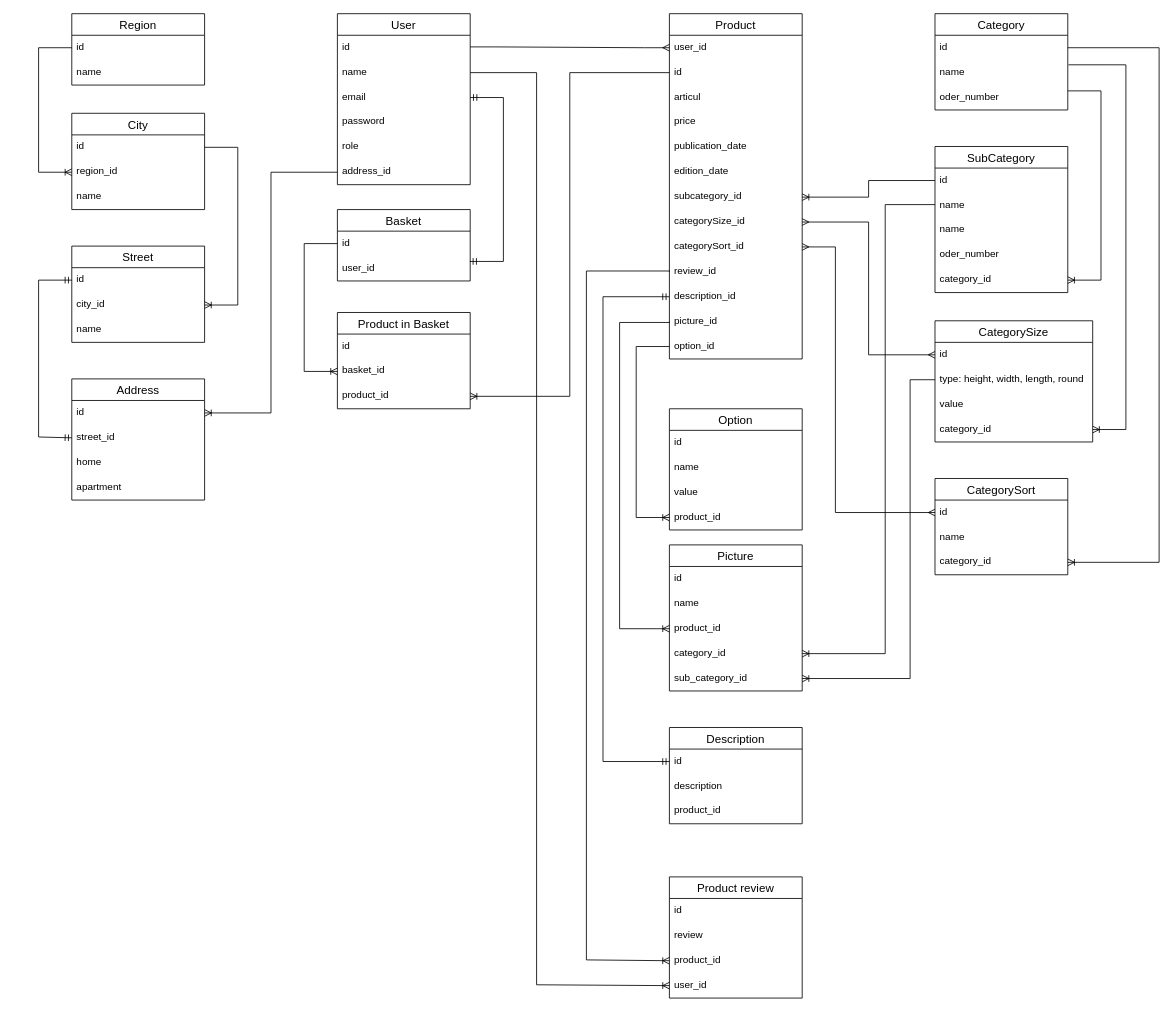
Earlier version of the draw.io diagram lesopilka.drawio (alexeyk500/lesopilka_backend). Source tidied: cells renumbered, new cells numbered last; positions are measured from the earlier drawing's top-left corner, leaving out a move shared by most shapes. Both pictures are drawn from the tidied source at 83%, with x=0, y=0 at pixel (38, 13).
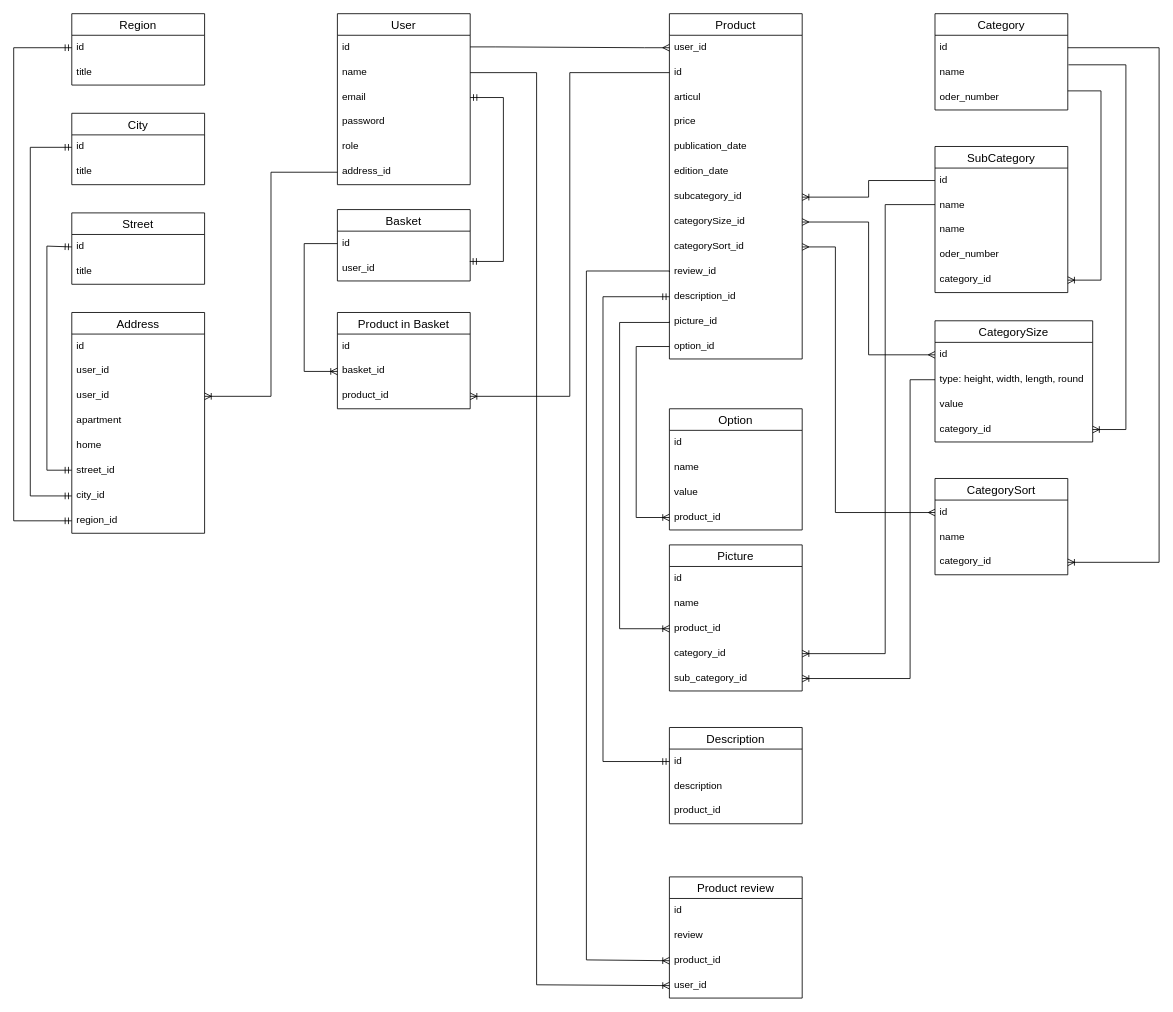
The same diagram, later.

Unchanged cells that the change refers to:
```xml
<mxCell id="3" value="id" style="text;strokeColor=none;fillColor=none;spacingLeft=4;spacingRight=4;overflow=hidden;points=[[0,0.5],[1,0.5]];portConstraint=eastwest;fontSize=12;" parent="2" vertex="1">
  <mxGeometry y="26" width="160" height="30" as="geometry" />
</mxCell>
<mxCell id="6" value="Region" style="swimlane;fontStyle=0;horizontal=1;startSize=26;align=center;fontSize=14;" parent="1" vertex="1">
  <mxGeometry x="40" width="160" height="86" as="geometry" />
</mxCell>
<mxCell id="7" value="id" style="text;strokeColor=none;fillColor=none;spacingLeft=4;spacingRight=4;overflow=hidden;points=[[0,0.5],[1,0.5]];portConstraint=eastwest;fontSize=12;" parent="6" vertex="1">
  <mxGeometry y="26" width="160" height="30" as="geometry" />
</mxCell>
<mxCell id="10" value="id" style="text;strokeColor=none;fillColor=none;spacingLeft=4;spacingRight=4;overflow=hidden;points=[[0,0.5],[1,0.5]];portConstraint=eastwest;fontSize=12;" parent="9" vertex="1">
  <mxGeometry y="26" width="160" height="30" as="geometry" />
</mxCell>
<mxCell id="15" value="id" style="text;strokeColor=none;fillColor=none;spacingLeft=4;spacingRight=4;overflow=hidden;points=[[0,0.5],[1,0.5]];portConstraint=eastwest;fontSize=12;" parent="14" vertex="1">
  <mxGeometry y="26" width="160" height="30" as="geometry" />
</mxCell>
<mxCell id="26" value="address_id" style="text;strokeColor=none;fillColor=none;spacingLeft=4;spacingRight=4;overflow=hidden;points=[[0,0.5],[1,0.5]];portConstraint=eastwest;fontSize=12;" parent="20" vertex="1">
  <mxGeometry y="176" width="160" height="30" as="geometry" />
</mxCell>
```

Diff of the diagram source:
```diff
@@
     <mxCell id="2" value="City" style="swimlane;fontStyle=0;horizontal=1;startSize=26;align=center;fontSize=14;" parent="1" vertex="1">
-      <mxGeometry x="40" y="120" width="160" height="116" as="geometry" />
+      <mxGeometry x="40" y="120" width="160" height="86" as="geometry" />
     </mxCell>
@@
-    <mxCell id="4" value="region_id" style="text;strokeColor=none;fillColor=none;spacingLeft=4;spacingRight=4;overflow=hidden;points=[[0,0.5],[1,0.5]];portConstraint=eastwest;fontSize=12;" parent="2" vertex="1">
-      <mxGeometry y="56" width="160" height="30" as="geometry" />
-    </mxCell>
-    <mxCell id="5" value="name" style="text;strokeColor=none;fillColor=none;spacingLeft=4;spacingRight=4;overflow=hidden;fontSize=12;" parent="2" vertex="1">
-      <mxGeometry y="86" width="160" height="30" as="geometry" />
+    <mxCell id="5" value="title" style="text;strokeColor=none;fillColor=none;spacingLeft=4;spacingRight=4;overflow=hidden;fontSize=12;" parent="2" vertex="1">
+      <mxGeometry y="56" width="160" height="30" as="geometry" />
     </mxCell>
@@
-    <mxCell id="8" value="name" style="text;strokeColor=none;fillColor=none;spacingLeft=4;spacingRight=4;overflow=hidden;fontSize=12;" parent="6" vertex="1">
+    <mxCell id="8" value="title" style="text;strokeColor=none;fillColor=none;spacingLeft=4;spacingRight=4;overflow=hidden;fontSize=12;" parent="6" vertex="1">
       <mxGeometry y="56" width="160" height="30" as="geometry" />
     </mxCell>
     <mxCell id="9" value="Street" style="swimlane;fontStyle=0;horizontal=1;startSize=26;align=center;fontSize=14;" parent="1" vertex="1">
-      <mxGeometry x="40" y="280" width="160" height="116" as="geometry" />
+      <mxGeometry x="40" y="240" width="160" height="86" as="geometry" />
     </mxCell>
@@
-    <mxCell id="11" value="city_id" style="text;strokeColor=none;fillColor=none;spacingLeft=4;spacingRight=4;overflow=hidden;points=[[0,0.5],[1,0.5]];portConstraint=eastwest;fontSize=12;" parent="9" vertex="1">
-      <mxGeometry y="56" width="160" height="30" as="geometry" />
-    </mxCell>
-    <mxCell id="12" value="name" style="text;strokeColor=none;fillColor=none;spacingLeft=4;spacingRight=4;overflow=hidden;fontSize=12;" parent="9" vertex="1">
-      <mxGeometry y="86" width="160" height="30" as="geometry" />
+    <mxCell id="12" value="title" style="text;strokeColor=none;fillColor=none;spacingLeft=4;spacingRight=4;overflow=hidden;fontSize=12;" parent="9" vertex="1">
+      <mxGeometry y="56" width="160" height="30" as="geometry" />
     </mxCell>
-    <mxCell id="13" style="fontSize=12;html=1;endArrow=ERoneToMany;rounded=0;edgeStyle=orthogonalEdgeStyle;" parent="1" edge="1" source="7" target="4">
-      <mxGeometry relative="1" as="geometry">
-        <Array as="points">
-          <mxPoint y="41" />
-          <mxPoint y="191" />
-        </Array>
-      </mxGeometry>
-    </mxCell>
     <mxCell id="14" value="Address" style="swimlane;fontStyle=0;horizontal=1;startSize=26;align=center;fontSize=14;" parent="1" vertex="1">
-      <mxGeometry x="40" y="440" width="160" height="146" as="geometry" />
+      <mxGeometry x="40" y="360" width="160" height="266" as="geometry" />
     </mxCell>
@@
+    <mxCell id="106" value="user_id" style="text;strokeColor=none;fillColor=none;spacingLeft=4;spacingRight=4;overflow=hidden;fontSize=12;" parent="14" vertex="1">
+      <mxGeometry y="56" width="160" height="30" as="geometry" />
+    </mxCell>
-    <mxCell id="16" value="street_id" style="text;strokeColor=none;fillColor=none;spacingLeft=4;spacingRight=4;overflow=hidden;points=[[0,0.5],[1,0.5]];portConstraint=eastwest;fontSize=12;" parent="14" vertex="1">
-      <mxGeometry y="56" width="160" height="30" as="geometry" />
+    <mxCell id="16" value="user_id" style="text;strokeColor=none;fillColor=none;spacingLeft=4;spacingRight=4;overflow=hidden;points=[[0,0.5],[1,0.5]];portConstraint=eastwest;fontSize=12;" parent="14" vertex="1">
+      <mxGeometry y="86" width="160" height="30" as="geometry" />
     </mxCell>
+    <mxCell id="18" value="apartment" style="text;strokeColor=none;fillColor=none;spacingLeft=4;spacingRight=4;overflow=hidden;fontSize=12;" parent="14" vertex="1">
+      <mxGeometry y="116" width="160" height="30" as="geometry" />
+    </mxCell>
     <mxCell id="17" value="home" style="text;strokeColor=none;fillColor=none;spacingLeft=4;spacingRight=4;overflow=hidden;fontSize=12;" parent="14" vertex="1">
-      <mxGeometry y="86" width="160" height="30" as="geometry" />
+      <mxGeometry y="146" width="160" height="30" as="geometry" />
     </mxCell>
-    <mxCell id="18" value="apartment" style="text;strokeColor=none;fillColor=none;spacingLeft=4;spacingRight=4;overflow=hidden;fontSize=12;" parent="14" vertex="1">
-      <mxGeometry y="116" width="160" height="30" as="geometry" />
-    </mxCell>
-    <mxCell id="19" style="edgeStyle=orthogonalEdgeStyle;fontSize=12;html=1;endArrow=ERmandOne;startArrow=ERmandOne;rounded=0;exitX=0;exitY=0.5;exitDx=0;exitDy=0;entryX=0;entryY=0.5;entryDx=0;entryDy=0;" parent="1" edge="1" source="10" target="16">
-      <mxGeometry relative="1" as="geometry">
-        <Array as="points">
-          <mxPoint y="321" />
-          <mxPoint y="510" />
-        </Array>
-      </mxGeometry>
-    </mxCell>
+    <mxCell id="107" value="street_id" style="text;strokeColor=none;fillColor=none;spacingLeft=4;spacingRight=4;overflow=hidden;fontSize=12;" parent="14" vertex="1">
+      <mxGeometry y="176" width="160" height="30" as="geometry" />
+    </mxCell>
+    <mxCell id="11" value="city_id" style="text;strokeColor=none;fillColor=none;spacingLeft=4;spacingRight=4;overflow=hidden;points=[[0,0.5],[1,0.5]];portConstraint=eastwest;fontSize=12;" parent="14" vertex="1">
+      <mxGeometry y="206" width="160" height="30" as="geometry" />
+    </mxCell>
+    <mxCell id="4" value="region_id" style="text;strokeColor=none;fillColor=none;spacingLeft=4;spacingRight=4;overflow=hidden;points=[[0,0.5],[1,0.5]];portConstraint=eastwest;fontSize=12;" parent="14" vertex="1">
+      <mxGeometry y="236" width="160" height="30" as="geometry" />
+    </mxCell>
@@
-    <mxCell id="27" style="fontSize=12;html=1;endArrow=ERoneToMany;rounded=0;exitX=0;exitY=0.5;exitDx=0;exitDy=0;entryX=1;entryY=0.5;entryDx=0;entryDy=0;edgeStyle=orthogonalEdgeStyle;" parent="1" edge="1" source="26" target="15">
-      <mxGeometry relative="1" as="geometry">
-        <Array as="points">
-          <mxPoint x="280" y="191" />
-          <mxPoint x="280" y="481" />
-        </Array>
-      </mxGeometry>
+    <mxCell id="27" style="fontSize=12;html=1;endArrow=ERoneToMany;rounded=0;exitX=0;exitY=0.5;exitDx=0;exitDy=0;edgeStyle=orthogonalEdgeStyle;" parent="1" edge="1" source="26" target="16">
+      <mxGeometry relative="1" as="geometry" />
     </mxCell>
-    <mxCell id="28" style="edgeStyle=orthogonalEdgeStyle;fontSize=12;html=1;endArrow=ERoneToMany;rounded=0;entryX=1;entryY=0.5;entryDx=0;entryDy=0;" parent="1" edge="1" source="3" target="11">
-      <mxGeometry relative="1" as="geometry">
-        <Array as="points">
-          <mxPoint x="240" y="161" />
-          <mxPoint x="240" y="351" />
-        </Array>
-      </mxGeometry>
-    </mxCell>
@@
+    <mxCell id="108" style="edgeStyle=orthogonalEdgeStyle;fontSize=12;html=1;endArrow=ERmandOne;startArrow=ERmandOne;rounded=0;entryX=0;entryY=0.5;entryDx=0;entryDy=0;exitX=0;exitY=0.5;exitDx=0;exitDy=0;" parent="1" edge="1" source="4" target="7">
+      <mxGeometry relative="1" as="geometry">
+        <Array as="points">
+          <mxPoint x="-30" y="611" />
+          <mxPoint x="-30" y="41" />
+        </Array>
+      </mxGeometry>
+    </mxCell>
+    <mxCell id="109" style="edgeStyle=orthogonalEdgeStyle;fontSize=12;html=1;endArrow=ERmandOne;startArrow=ERmandOne;rounded=0;entryX=0;entryY=0.5;entryDx=0;entryDy=0;exitX=0;exitY=0.5;exitDx=0;exitDy=0;" parent="1" edge="1" source="11" target="3">
+      <mxGeometry relative="1" as="geometry">
+        <Array as="points">
+          <mxPoint x="-10" y="581" />
+          <mxPoint x="-10" y="161" />
+        </Array>
+      </mxGeometry>
+    </mxCell>
+    <mxCell id="110" style="edgeStyle=orthogonalEdgeStyle;fontSize=12;html=1;endArrow=ERmandOne;startArrow=ERmandOne;rounded=0;entryX=0;entryY=0.5;entryDx=0;entryDy=0;" parent="1" edge="1" target="10">
+      <mxGeometry relative="1" as="geometry">
+        <mxPoint x="40" y="550" as="sourcePoint" />
+        <Array as="points">
+          <mxPoint x="10" y="550" />
+          <mxPoint x="10" y="280" />
+        </Array>
+      </mxGeometry>
+    </mxCell>
```
